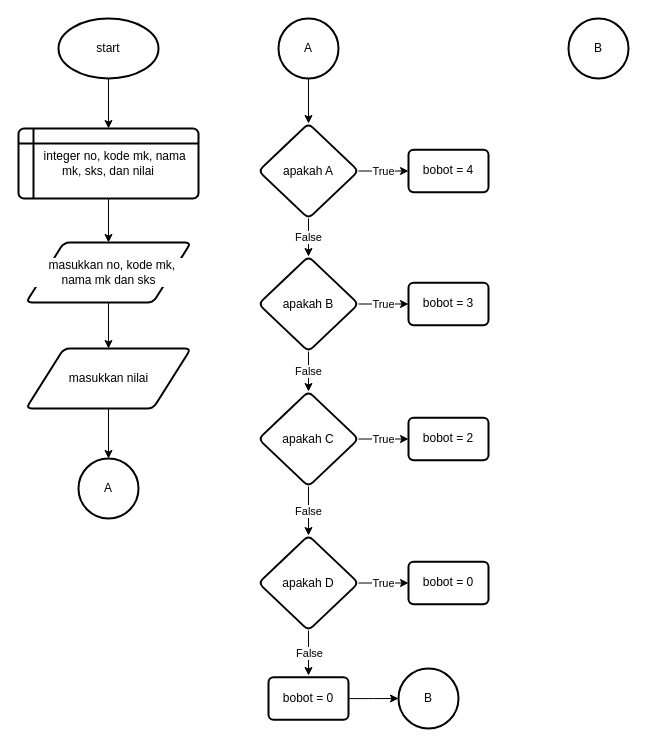
The draw.io diagram page "UAS sem 1" (15 of 15) of ifMajemuk.drawio in rizalfadhlan/rizalfadhlan, before the edit. Source tidied: cells renumbered, new cells numbered last; positions are measured from the earlier drawing's top-left corner, leaving out a move shared by most shapes. Both pictures are drawn from the tidied source at 100%, with x=0, y=0 at pixel (18, 18).
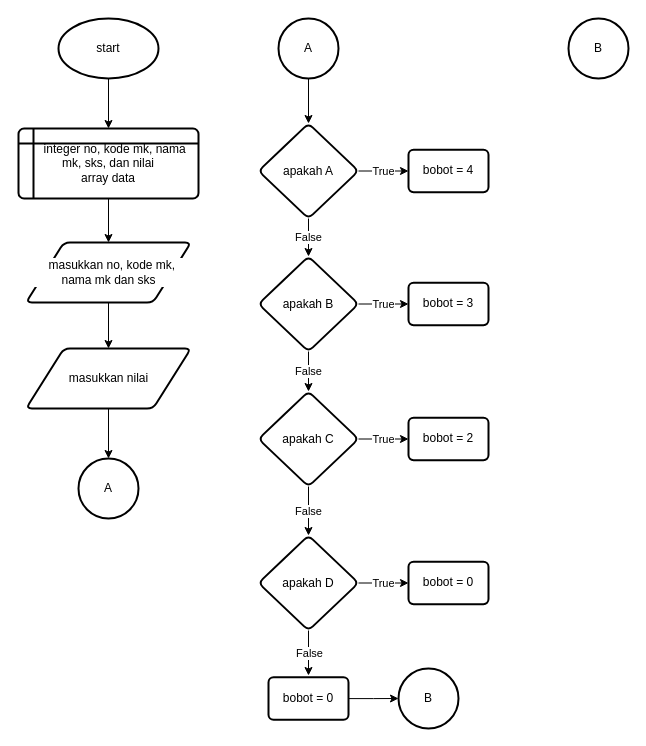
The same diagram, later.

Change to the diagram source:
```diff
@@
-    <mxCell id="5" value="&amp;nbsp; &amp;nbsp; integer no, kode mk, nama mk, sks, dan nilai" style="shape=internalStorage;whiteSpace=wrap;html=1;dx=15;dy=15;rounded=1;arcSize=8;strokeWidth=2;" parent="1" vertex="1">
+    <mxCell id="5" value="&amp;nbsp; &amp;nbsp; integer no, kode mk, nama mk, sks, dan nilai&lt;br&gt;array data" style="shape=internalStorage;whiteSpace=wrap;html=1;dx=15;dy=15;rounded=1;arcSize=8;strokeWidth=2;" parent="1" vertex="1">
       <mxGeometry y="110" width="180" height="70" as="geometry" />
     </mxCell>
```
